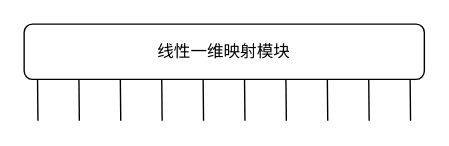
This is 未命名绘图.drawio from infiniteaim/Repository-from-Anonus, a draw.io file, before an edit. Source tidied: cells renumbered, new cells numbered last; positions are measured from the earlier drawing's top-left corner, leaving out a move shared by most shapes. Both pictures are drawn from the tidied source at 138%, with x=0, y=0 at pixel (23, 23).
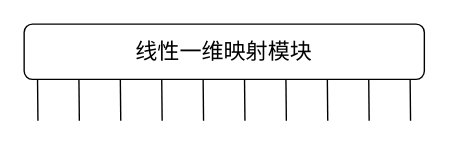
Above is the later version.

Commit message (it also covers changes not shown here):
更新未命名绘图.drawio

The edit, as a diff of the source:
```diff
@@
-    <mxCell id="2" value="线性一维映射模块" style="rounded=1;whiteSpace=wrap;html=1;" parent="1" vertex="1">
+    <mxCell id="2" value="&lt;font style=&quot;font-size: 16px;&quot;&gt;线性一维映射模块&lt;/font&gt;" style="rounded=1;whiteSpace=wrap;html=1;" parent="1" vertex="1">
       <mxGeometry width="290" height="40" as="geometry" />
     </mxCell>
```
